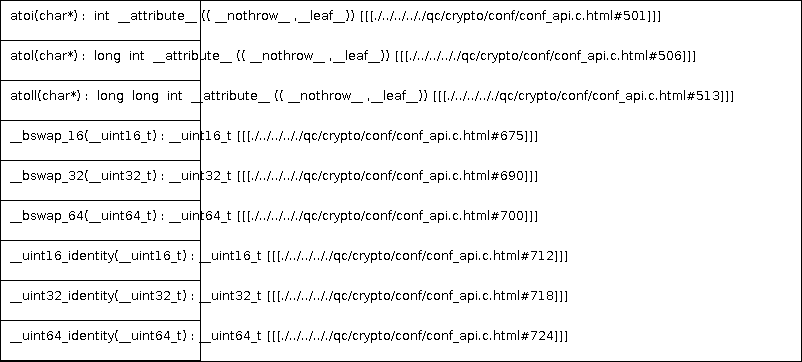
qualitesys/openssl keeps this PlantUML diagram as docs/qc/crypto/conf/conf_api.c.png. Above is the earlier version. Its source is kept beside it as docs/qc/crypto/conf/conf_api.c.puml. Source of this version:
```plantuml
@startuml
!pragma layout smetana
class dummy {
atoi(char*) :  int  __attribute__ (( __nothrow__ ,__leaf__)) [[[./../../.././qc/crypto/conf/conf_api.c.html#501]]]
atol(char*) :  long  int  __attribute__ (( __nothrow__ ,__leaf__)) [[[./../../.././qc/crypto/conf/conf_api.c.html#506]]]
atoll(char*) :  long  long  int  __attribute__ (( __nothrow__ ,__leaf__)) [[[./../../.././qc/crypto/conf/conf_api.c.html#513]]]
__bswap_16(__uint16_t) : __uint16_t [[[./../../.././qc/crypto/conf/conf_api.c.html#675]]]
__bswap_32(__uint32_t) : __uint32_t [[[./../../.././qc/crypto/conf/conf_api.c.html#690]]]
__bswap_64(__uint64_t) : __uint64_t [[[./../../.././qc/crypto/conf/conf_api.c.html#700]]]
__uint16_identity(__uint16_t) : __uint16_t [[[./../../.././qc/crypto/conf/conf_api.c.html#712]]]
__uint32_identity(__uint32_t) : __uint32_t [[[./../../.././qc/crypto/conf/conf_api.c.html#718]]]
__uint64_identity(__uint64_t) : __uint64_t [[[./../../.././qc/crypto/conf/conf_api.c.html#724]]]
}
@enduml
```
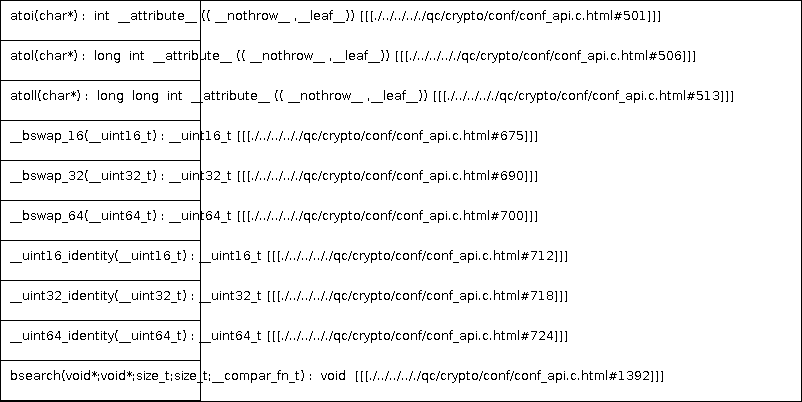
Above is the later version.

Change to the diagram source:
```diff
@@ -10,5 +10,6 @@
 __uint16_identity(__uint16_t) : __uint16_t [[[./../../.././qc/crypto/conf/conf_api.c.html#712]]]
 __uint32_identity(__uint32_t) : __uint32_t [[[./../../.././qc/crypto/conf/conf_api.c.html#718]]]
 __uint64_identity(__uint64_t) : __uint64_t [[[./../../.././qc/crypto/conf/conf_api.c.html#724]]]
+bsearch(void*;void*;size_t;size_t;__compar_fn_t) :  void  [[[./../../.././qc/crypto/conf/conf_api.c.html#1392]]]
 }
 @enduml
```
